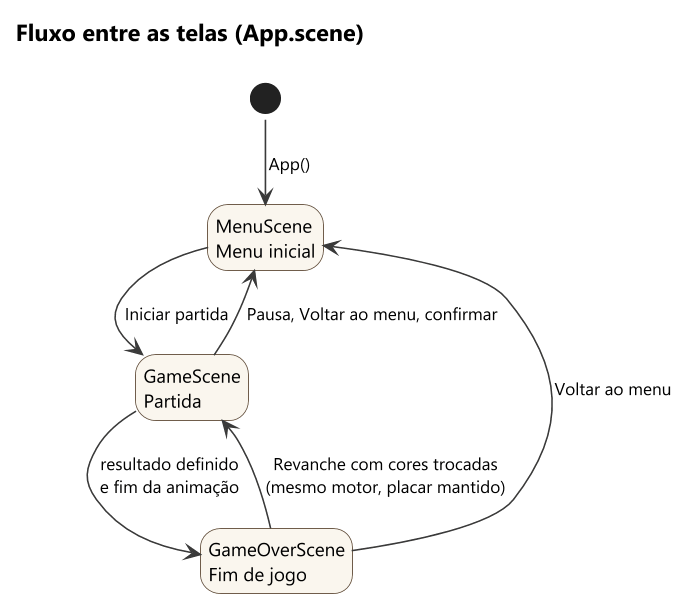
Kauhan33/chess-the-game keeps this PlantUML diagram as docs/uml/img/estados_cenas.png. Above is the earlier version. Its source is kept beside it as docs/uml/estados_cenas.puml. Source of this version:
```plantuml
@startuml estados_cenas
!pragma layout smetana
!include _estilo.iuml
title Fluxo entre as telas (App.scene)
hide empty description

state "MenuScene\nMenu inicial" as Menu
state "GameScene\nPartida" as Jogo
state "GameOverScene\nFim de jogo" as Fim

[*] --> Menu : App()
Menu --> Jogo : Iniciar partida
Jogo --> Fim : resultado definido\ne fim da animação
Fim --> Jogo : Revanche com cores trocadas\n(mesmo motor, placar mantido)
Fim --> Menu : Voltar ao menu
Jogo --> Menu : Pausa, Voltar ao menu, confirmar
@enduml
```
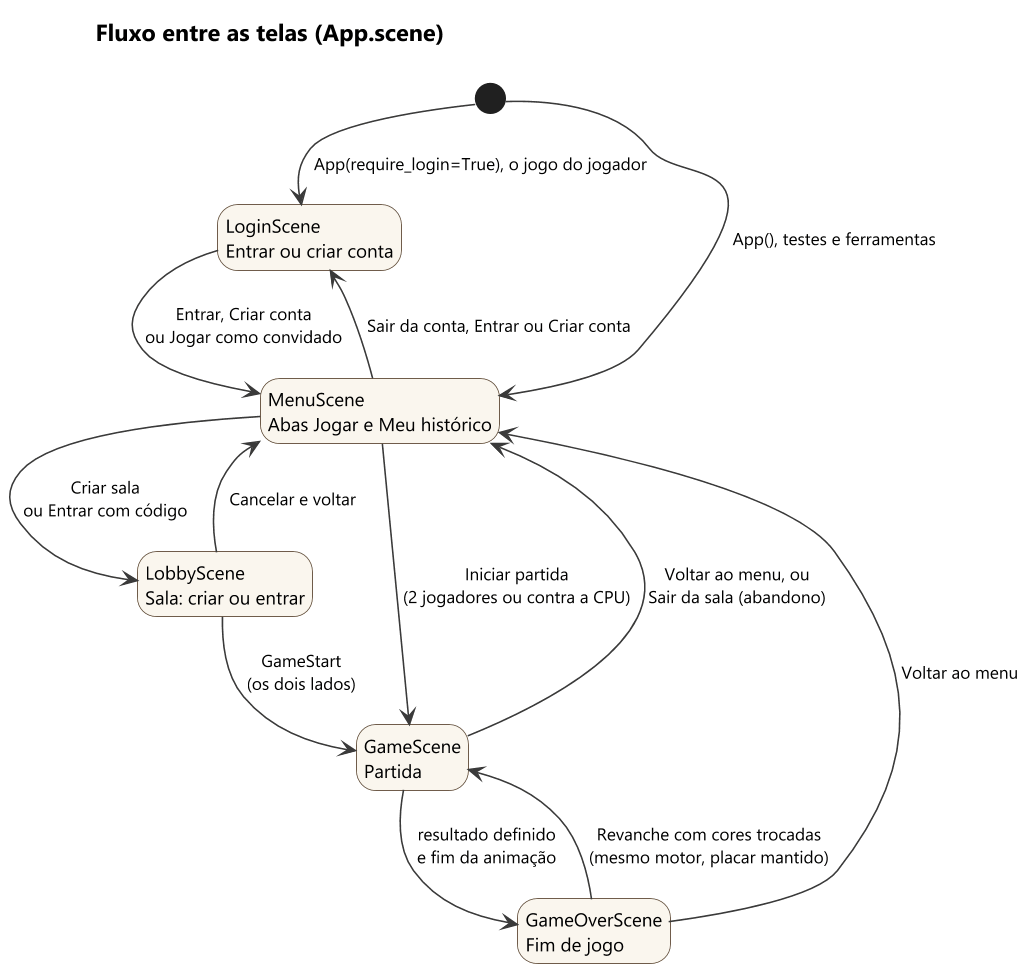
After the commit.

Diff of the diagram source:
```diff
@@ -4,14 +4,22 @@
 title Fluxo entre as telas (App.scene)
 hide empty description
 
-state "MenuScene\nMenu inicial" as Menu
+state "LoginScene\nEntrar ou criar conta" as Login
+state "MenuScene\nAbas Jogar e Meu histórico" as Menu
+state "LobbyScene\nSala: criar ou entrar" as Sala
 state "GameScene\nPartida" as Jogo
 state "GameOverScene\nFim de jogo" as Fim
 
-[*] --> Menu : App()
-Menu --> Jogo : Iniciar partida
+[*] --> Login : App(require_login=True), o jogo do jogador
+[*] --> Menu : App(), testes e ferramentas
+Login --> Menu : Entrar, Criar conta\nou Jogar como convidado
+Menu --> Login : Sair da conta, Entrar ou Criar conta
+Menu --> Jogo : Iniciar partida\n(2 jogadores ou contra a CPU)
+Menu --> Sala : Criar sala\nou Entrar com código
+Sala --> Menu : Cancelar e voltar
+Sala --> Jogo : GameStart\n(os dois lados)
 Jogo --> Fim : resultado definido\ne fim da animação
 Fim --> Jogo : Revanche com cores trocadas\n(mesmo motor, placar mantido)
 Fim --> Menu : Voltar ao menu
-Jogo --> Menu : Pausa, Voltar ao menu, confirmar
+Jogo --> Menu : Voltar ao menu, ou\nSair da sala (abandono)
 @enduml
```
